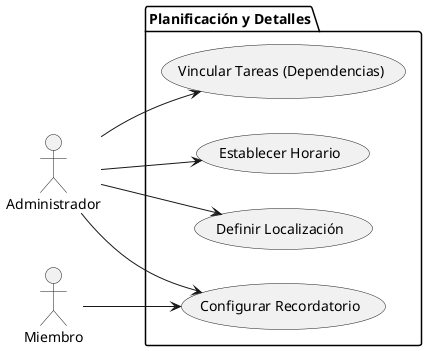
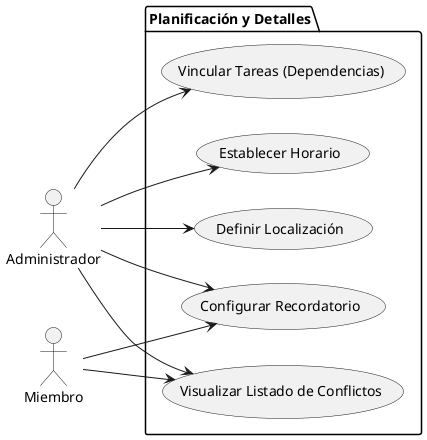
@startuml DiagramaPlanificaciónYDetalles
left to right direction
actor "Administrador" as Admin
actor "Miembro" as Miem

-     package "Planificación y Detalles" {
-         usecase "Establecer Horario" as UC_D1
-         usecase "Definir Localización" as UC_D2
-         usecase "Configurar Recordatorio" as UC_D3
-         usecase "Vincular Tareas (Dependencias)" as UC_D4
-     }
+ package "Planificación y Detalles" {
+     usecase "Establecer Horario" as UC_D1
+     usecase "Definir Localización" as UC_D2
+     usecase "Configurar Recordatorio" as UC_D3
+     usecase "Vincular Tareas (Dependencias)" as UC_D4

-     Admin --> UC_D1
-     Admin --> UC_D2
-     Admin --> UC_D3
-     Miem --> UC_D3
-     Admin --> UC_D4
+ 
+     usecase "Visualizar Listado de Conflictos" as UC_D5
+ }
+ 
+ 
+ Admin --> UC_D1
+ Admin --> UC_D2
+ Admin --> UC_D3
+ Miem --> UC_D3
+ Admin --> UC_D4
+ Admin --> UC_D5
+ Miem --> UC_D5
+ 
@enduml